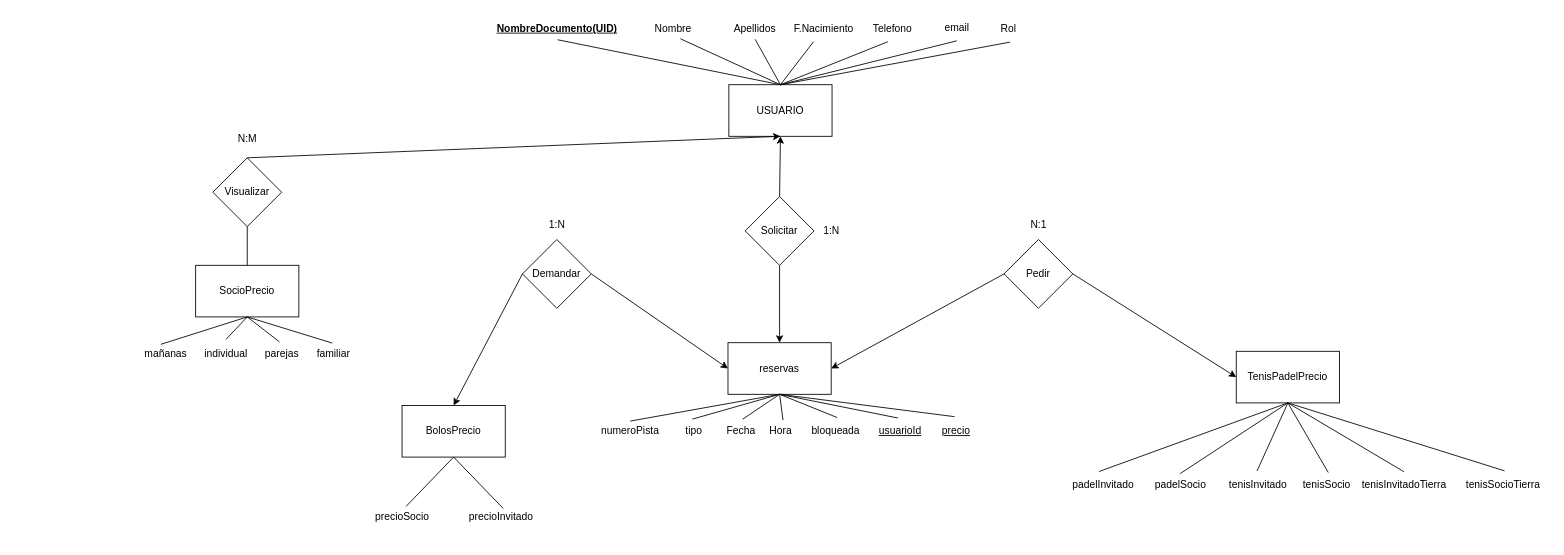
Earlier version of the draw.io diagram Trabajo_Fin_Grado/E02/DiagramaClasesUso.drawio (vod275/TFG_VIctor_Oliver). Source tidied: cells renumbered, new cells numbered last; positions are measured from the earlier drawing's top-left corner, leaving out a move shared by most shapes. Both pictures are drawn from the tidied source at 86%, with x=0, y=0 at pixel (135, 15).
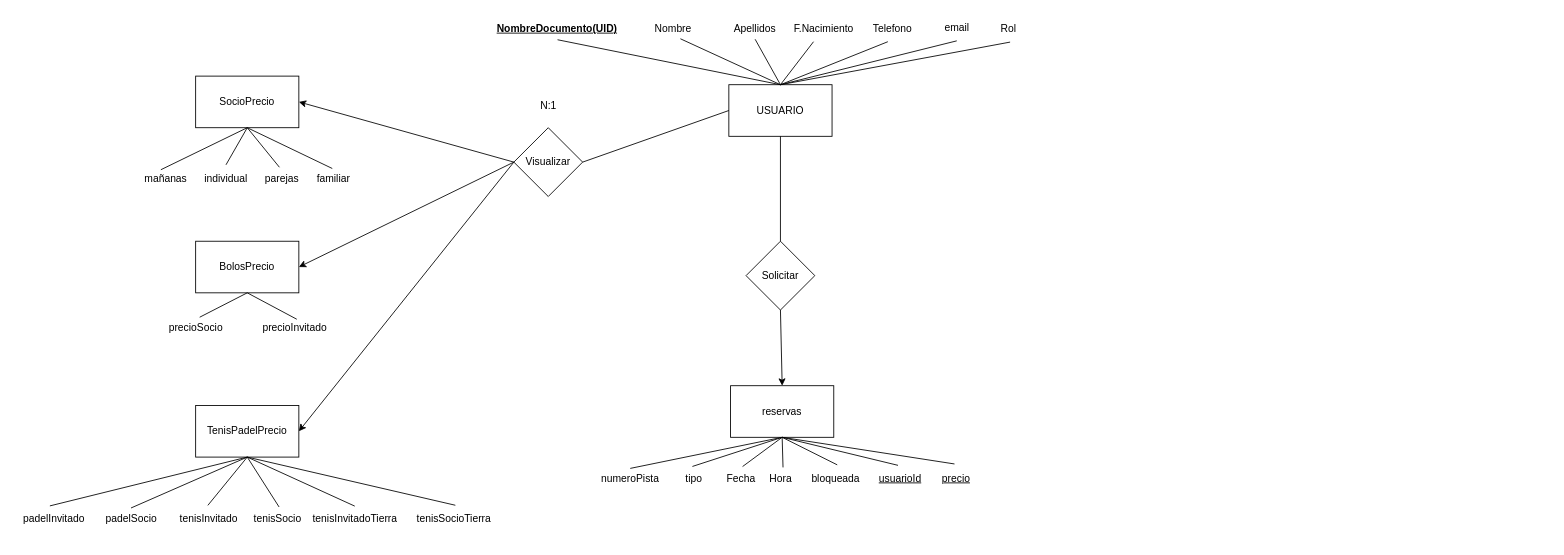
After the change.

The change refers to these unchanged cells:
```xml
<mxCell id="2" value="USUARIO" style="rounded=0;whiteSpace=wrap;html=1;" parent="1" vertex="1">
  <mxGeometry x="690" y="81" width="120" height="60" as="geometry" />
</mxCell>
```

The edit, as a diff of the source:
```diff
@@
     <mxCell id="3" value="Solicitar" style="rhombus;whiteSpace=wrap;html=1;rounded=0;" parent="1" vertex="1">
-      <mxGeometry x="709" y="211" width="80" height="80" as="geometry" />
+      <mxGeometry x="710" y="263" width="80" height="80" as="geometry" />
     </mxCell>
@@
     <mxCell id="14" value="Fecha" style="text;html=1;align=center;verticalAlign=middle;points=[];rounded=0;" parent="1" vertex="1">
-      <mxGeometry x="674" y="469" width="60" height="30" as="geometry" />
+      <mxGeometry x="674" y="524" width="60" height="30" as="geometry" />
     </mxCell>
     <mxCell id="15" value="Hora" style="text;html=1;align=center;verticalAlign=middle;points=[];rounded=0;" parent="1" vertex="1">
-      <mxGeometry x="725" y="469" width="50" height="30" as="geometry" />
+      <mxGeometry x="725" y="524" width="50" height="30" as="geometry" />
     </mxCell>
@@
-    <mxCell id="18" style="endArrow=classic;html=1;rounded=0;entryX=0.5;entryY=1;entryDx=0;entryDy=0;exitX=0.5;exitY=0;exitDx=0;exitDy=0;" parent="1" edge="1" source="3" target="2">
-      <mxGeometry relative="1" as="geometry" />
-    </mxCell>
@@
     <mxCell id="20" value="reservas" style="rounded=0;whiteSpace=wrap;html=1;" parent="1" vertex="1">
-      <mxGeometry x="689" y="381" width="120" height="60" as="geometry" />
+      <mxGeometry x="692" y="431" width="120" height="60" as="geometry" />
     </mxCell>
     <mxCell id="21" value="numeroPista" style="text;html=1;align=center;verticalAlign=middle;points=[];fontStyle=0;rounded=0;" parent="1" vertex="1">
-      <mxGeometry x="530" y="469" width="90" height="30" as="geometry" />
+      <mxGeometry x="530" y="524" width="90" height="30" as="geometry" />
     </mxCell>
@@
     <mxCell id="23" value="tipo" style="text;html=1;align=center;verticalAlign=middle;points=[];rounded=0;" parent="1" vertex="1">
-      <mxGeometry x="629" y="469" width="40" height="30" as="geometry" />
+      <mxGeometry x="629" y="524" width="40" height="30" as="geometry" />
     </mxCell>
@@
     <mxCell id="27" value="TenisPadelPrecio" style="rounded=0;whiteSpace=wrap;html=1;" parent="1" vertex="1">
-      <mxGeometry x="1280" y="391" width="120" height="60" as="geometry" />
+      <mxGeometry x="70" y="454" width="120" height="60" as="geometry" />
     </mxCell>
     <mxCell id="28" value="&lt;div&gt;padelInvitado&lt;/div&gt;" style="text;html=1;align=center;verticalAlign=middle;points=[];strokeColor=none;fillColor=none;" parent="1" vertex="1">
-      <mxGeometry x="1080" y="531" width="90" height="30" as="geometry" />
+      <mxGeometry x="-140" y="571" width="90" height="30" as="geometry" />
     </mxCell>
     <mxCell id="29" value="tenisInvitado" style="text;html=1;align=center;verticalAlign=middle;points=[];strokeColor=none;fillColor=none;" parent="1" vertex="1">
-      <mxGeometry x="1260" y="531" width="90" height="30" as="geometry" />
+      <mxGeometry x="40" y="571" width="90" height="30" as="geometry" />
     </mxCell>
     <mxCell id="30" value="&lt;div&gt;padelSocio&lt;/div&gt;" style="text;html=1;align=center;verticalAlign=middle;points=[];strokeColor=none;fillColor=none;" parent="1" vertex="1">
-      <mxGeometry x="1175" y="531" width="80" height="30" as="geometry" />
+      <mxGeometry x="-45" y="571" width="80" height="30" as="geometry" />
     </mxCell>
@@
     <mxCell id="34" value="BolosPrecio" style="rounded=0;whiteSpace=wrap;html=1;" parent="1" vertex="1">
-      <mxGeometry x="310" y="454" width="120" height="60" as="geometry" />
+      <mxGeometry x="70" y="263" width="120" height="60" as="geometry" />
     </mxCell>
     <mxCell id="35" value="precioInvitado&lt;div&gt;&lt;br&gt;&lt;/div&gt;" style="text;html=1;align=center;verticalAlign=middle;points=[];strokeColor=none;fillColor=none;" parent="1" vertex="1">
-      <mxGeometry x="375" y="571" width="100" height="40" as="geometry" />
+      <mxGeometry x="135" y="351" width="100" height="40" as="geometry" />
     </mxCell>
     <mxCell id="36" value="precioSocio&lt;div&gt;&lt;br&gt;&lt;/div&gt;" style="text;html=1;align=center;verticalAlign=middle;points=[];strokeColor=none;fillColor=none;" parent="1" vertex="1">
-      <mxGeometry x="265" y="571" width="90" height="40" as="geometry" />
+      <mxGeometry x="25" y="351" width="90" height="40" as="geometry" />
     </mxCell>
@@
     <mxCell id="40" value="tenisSocio" style="text;html=1;align=center;verticalAlign=middle;points=[];strokeColor=none;fillColor=none;" parent="1" vertex="1">
-      <mxGeometry x="1345" y="531" width="80" height="30" as="geometry" />
+      <mxGeometry x="125" y="571" width="80" height="30" as="geometry" />
     </mxCell>
     <mxCell id="41" value="tenisInvitadoTierra" style="text;html=1;align=center;verticalAlign=middle;points=[];strokeColor=none;fillColor=none;" parent="1" vertex="1">
-      <mxGeometry x="1415" y="531" width="120" height="30" as="geometry" />
+      <mxGeometry x="195" y="571" width="120" height="30" as="geometry" />
     </mxCell>
     <mxCell id="42" value="tenisSocioTierra" style="text;html=1;align=center;verticalAlign=middle;points=[];strokeColor=none;fillColor=none;" parent="1" vertex="1">
-      <mxGeometry x="1535" y="531" width="110" height="30" as="geometry" />
+      <mxGeometry x="315" y="571" width="110" height="30" as="geometry" />
     </mxCell>
@@
     <mxCell id="45" value="bloqueada" style="text;html=1;align=center;verticalAlign=middle;points=[];strokeColor=none;fillColor=none;" parent="1" vertex="1">
-      <mxGeometry x="774" y="469" width="80" height="30" as="geometry" />
+      <mxGeometry x="774" y="524" width="80" height="30" as="geometry" />
     </mxCell>
@@
     <mxCell id="47" value="Visualizar" style="rhombus;whiteSpace=wrap;html=1;" parent="1" vertex="1">
-      <mxGeometry x="90" y="166" width="80" height="80" as="geometry" />
+      <mxGeometry x="440" y="131" width="80" height="80" as="geometry" />
     </mxCell>
-    <mxCell id="48" style="endArrow=classic;html=1;rounded=0;entryX=0.5;entryY=1;entryDx=0;entryDy=0;exitX=0.5;exitY=0;exitDx=0;exitDy=0;" parent="1" edge="1" source="47" target="2">
-      <mxGeometry relative="1" as="geometry" />
-    </mxCell>
     <mxCell id="49" value="SocioPrecio" style="rounded=0;whiteSpace=wrap;html=1;" parent="1" vertex="1">
-      <mxGeometry x="70" y="291" width="120" height="60" as="geometry" />
+      <mxGeometry x="70" y="71" width="120" height="60" as="geometry" />
     </mxCell>
     <mxCell id="50" value="mañanas" style="text;html=1;align=center;verticalAlign=middle;points=[];strokeColor=none;fillColor=none;" parent="1" vertex="1">
-      <mxGeometry y="379" width="70" height="30" as="geometry" />
+      <mxGeometry y="176" width="70" height="30" as="geometry" />
     </mxCell>
     <mxCell id="51" value="individual" style="text;html=1;align=center;verticalAlign=middle;points=[];strokeColor=none;fillColor=none;" parent="1" vertex="1">
-      <mxGeometry x="70" y="379" width="70" height="30" as="geometry" />
+      <mxGeometry x="70" y="176" width="70" height="30" as="geometry" />
     </mxCell>
     <mxCell id="52" value="parejas" style="text;html=1;align=center;verticalAlign=middle;points=[];strokeColor=none;fillColor=none;" parent="1" vertex="1">
-      <mxGeometry x="140" y="379" width="60" height="30" as="geometry" />
+      <mxGeometry x="140" y="176" width="60" height="30" as="geometry" />
     </mxCell>
-    <mxCell id="53" style="endArrow=none;html=1;rounded=0;exitX=0.5;exitY=1;exitDx=0;exitDy=0;entryX=0.5;entryY=0;entryDx=0;entryDy=0;" parent="1" edge="1" source="47" target="49">
-      <mxGeometry relative="1" as="geometry" />
-    </mxCell>
@@
     <mxCell id="57" value="familiar" style="text;html=1;align=center;verticalAlign=middle;points=[];strokeColor=none;fillColor=none;" parent="1" vertex="1">
-      <mxGeometry x="200" y="379" width="60" height="30" as="geometry" />
+      <mxGeometry x="200" y="176" width="60" height="30" as="geometry" />
     </mxCell>
@@
     <mxCell id="59" value="precio" style="text;html=1;align=center;verticalAlign=middle;points=[];strokeColor=none;fillColor=none;fontStyle=4;" parent="1" vertex="1">
-      <mxGeometry x="924" y="469" width="60" height="30" as="geometry" />
+      <mxGeometry x="924" y="524" width="60" height="30" as="geometry" />
     </mxCell>
     <mxCell id="60" value="&lt;u&gt;usuarioId&lt;/u&gt;" style="text;html=1;align=center;verticalAlign=middle;points=[];strokeColor=none;fillColor=none;" parent="1" vertex="1">
-      <mxGeometry x="854" y="469" width="70" height="30" as="geometry" />
+      <mxGeometry x="854" y="524" width="70" height="30" as="geometry" />
     </mxCell>
@@
-    <mxCell id="62" value="Pedir" style="rhombus;whiteSpace=wrap;html=1;" parent="1" vertex="1">
-      <mxGeometry x="1010" y="261" width="80" height="80" as="geometry" />
-    </mxCell>
-    <mxCell id="63" style="endArrow=classic;html=1;rounded=0;exitX=1;exitY=0.5;exitDx=0;exitDy=0;entryX=0;entryY=0.5;entryDx=0;entryDy=0;" parent="1" edge="1" source="62" target="27">
-      <mxGeometry relative="1" as="geometry" />
-    </mxCell>
-    <mxCell id="64" style="endArrow=classic;html=1;rounded=0;entryX=1;entryY=0.5;entryDx=0;entryDy=0;exitX=0;exitY=0.5;exitDx=0;exitDy=0;" parent="1" edge="1" source="62" target="20">
-      <mxGeometry relative="1" as="geometry" />
-    </mxCell>
@@
-    <mxCell id="66" value="Demandar" style="rhombus;whiteSpace=wrap;html=1;" parent="1" vertex="1">
-      <mxGeometry x="450" y="261" width="80" height="80" as="geometry" />
-    </mxCell>
-    <mxCell id="67" style="endArrow=classic;html=1;rounded=0;entryX=0;entryY=0.5;entryDx=0;entryDy=0;exitX=1;exitY=0.5;exitDx=0;exitDy=0;" parent="1" edge="1" source="66" target="20">
-      <mxGeometry relative="1" as="geometry" />
-    </mxCell>
-    <mxCell id="68" style="endArrow=classic;html=1;rounded=0;exitX=0;exitY=0.5;exitDx=0;exitDy=0;entryX=0.5;entryY=0;entryDx=0;entryDy=0;" parent="1" edge="1" source="66" target="34">
+    <mxCell id="68" style="endArrow=classic;html=1;rounded=0;exitX=0;exitY=0.5;exitDx=0;exitDy=0;entryX=1;entryY=0.5;entryDx=0;entryDy=0;" parent="1" edge="1" source="47" target="49">
       <mxGeometry relative="1" as="geometry" />
     </mxCell>
@@
-    <mxCell id="71" value="N:1" style="text;html=1;align=center;verticalAlign=middle;strokeColor=none;fillColor=none;" parent="1" vertex="1">
-      <mxGeometry x="1030" y="229" width="40" height="30" as="geometry" />
-    </mxCell>
-    <mxCell id="72" value="1:N" style="text;html=1;align=center;verticalAlign=middle;strokeColor=none;fillColor=none;" parent="1" vertex="1">
-      <mxGeometry x="789" y="236" width="40" height="30" as="geometry" />
-    </mxCell>
-    <mxCell id="73" value="1:N" style="text;html=1;align=center;verticalAlign=middle;strokeColor=none;fillColor=none;" parent="1" vertex="1">
-      <mxGeometry x="470" y="229" width="40" height="30" as="geometry" />
+    <mxCell id="73" value="N:1" style="text;html=1;align=center;verticalAlign=middle;strokeColor=none;fillColor=none;" parent="1" vertex="1">
+      <mxGeometry x="460" y="91" width="40" height="30" as="geometry" />
     </mxCell>
-    <mxCell id="74" value="N:M" style="text;html=1;align=center;verticalAlign=middle;strokeColor=none;fillColor=none;" parent="1" vertex="1">
-      <mxGeometry x="105" y="129" width="50" height="30" as="geometry" />
-    </mxCell>
+    <mxCell id="18" style="endArrow=none;html=1;rounded=0;exitX=0.5;exitY=0;exitDx=0;exitDy=0;" parent="1" edge="1" source="3" target="2">
+      <mxGeometry relative="1" as="geometry" />
+    </mxCell>
+    <mxCell id="75" style="endArrow=classic;html=1;rounded=0;exitX=0;exitY=0.5;exitDx=0;exitDy=0;entryX=1;entryY=0.5;entryDx=0;entryDy=0;" parent="1" edge="1" source="47" target="34">
+      <mxGeometry relative="1" as="geometry" />
+    </mxCell>
+    <mxCell id="48" style="endArrow=none;html=1;rounded=0;exitX=1;exitY=0.5;exitDx=0;exitDy=0;entryX=0;entryY=0.5;entryDx=0;entryDy=0;" parent="1" edge="1" source="47" target="2">
+      <mxGeometry relative="1" as="geometry" />
+    </mxCell>
+    <mxCell id="76" style="endArrow=classic;html=1;rounded=0;exitX=0;exitY=0.5;exitDx=0;exitDy=0;entryX=1;entryY=0.5;entryDx=0;entryDy=0;" parent="1" edge="1" source="47" target="27">
+      <mxGeometry relative="1" as="geometry" />
+    </mxCell>
```
